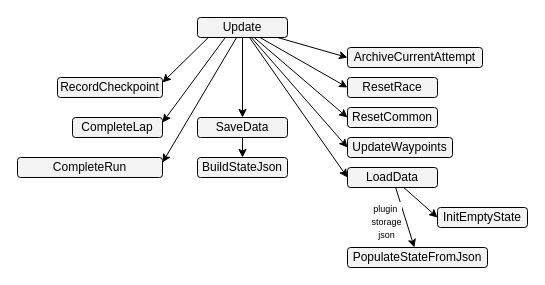
This is diagrams/drawio/structure_charts.drawio from nolanvargas/Weekly-Grand-Splits, a draw.io file, before an edit. Source tidied: cells renumbered, new cells numbered last; positions are measured from the earlier drawing's top-left corner, leaving out a move shared by most shapes. Both pictures are drawn from the tidied source at 100%, with x=0, y=0 at pixel (17, 17).
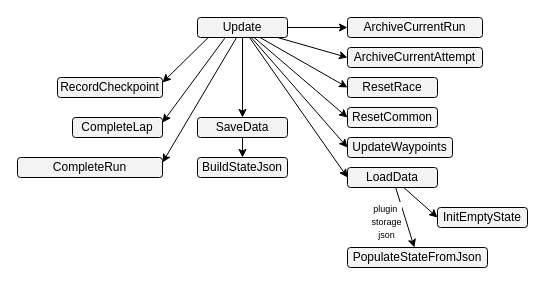
The same diagram, later.

Unchanged cells that the change refers to:
```xml
<mxCell id="11" value="Update" style="rounded=1;whiteSpace=wrap;html=1;fillColor=#F3F3F3;" parent="1" vertex="1">
  <mxGeometry x="180" width="90" height="20" as="geometry" />
</mxCell>
```

The edit, as a diff of the source:
```diff
@@
+    <mxCell id="27" style="rounded=0;jettySize=auto;html=1;entryX=0;entryY=0.5;entryDx=0;entryDy=0;" parent="1" edge="1" source="11" target="28">
+      <mxGeometry relative="1" as="geometry" />
+    </mxCell>
+    <mxCell id="28" value="ArchiveCurrentRun" style="rounded=1;whiteSpace=wrap;html=1;fillColor=#F3F3F3;" parent="1" vertex="1">
+      <mxGeometry x="330" width="135" height="20" as="geometry" />
+    </mxCell>
```
